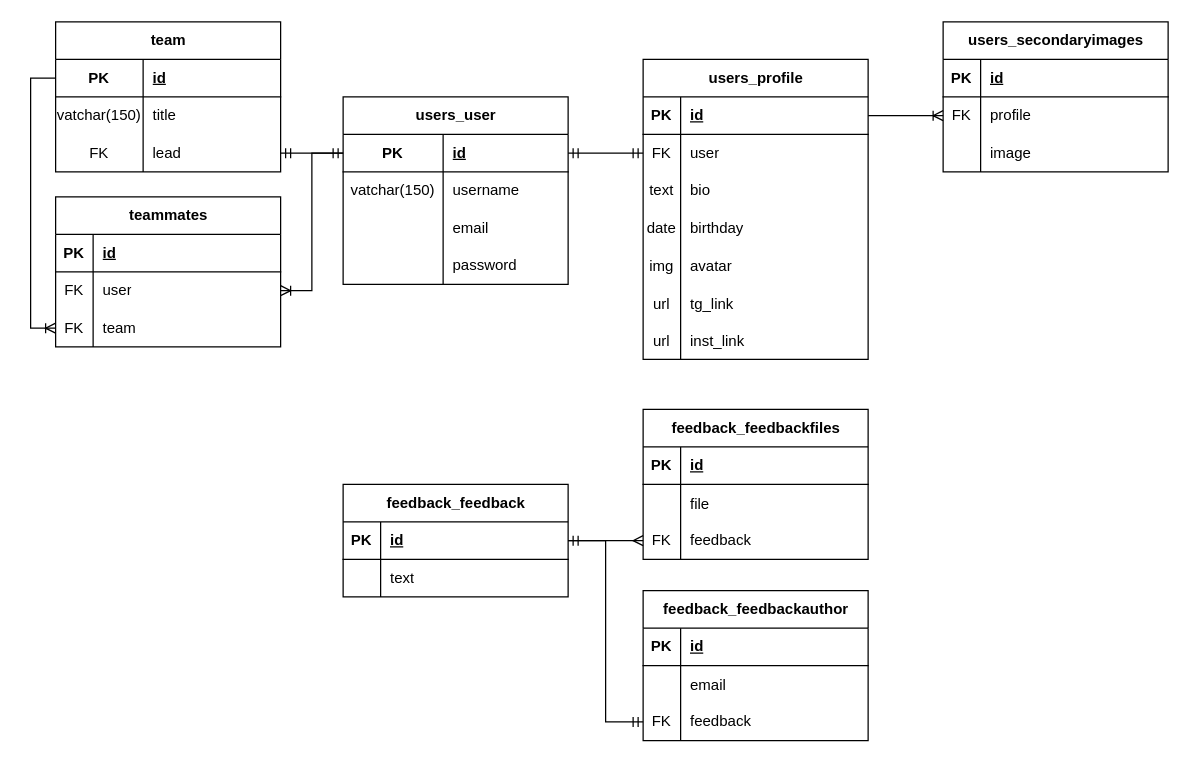
Before: ER.drawio in on3ginnn/draw.io, a draw.io diagram. Source tidied: cells renumbered, new cells numbered last; positions are measured from the earlier drawing's top-left corner, leaving out a move shared by most shapes. Both pictures are drawn from the tidied source at 125%, with x=0, y=0 at pixel (30, 21).
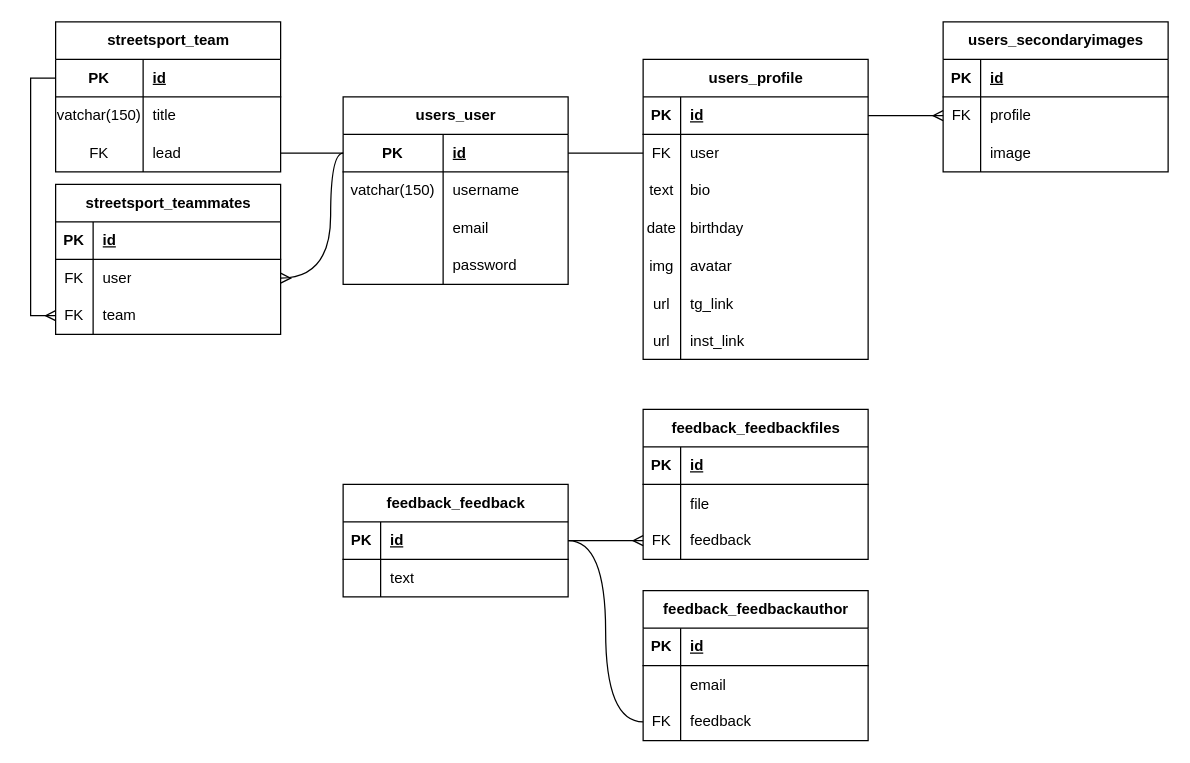
After the change.

The change refers to these unchanged cells:
```xml
<mxCell id="3" style="shape=tableRow;horizontal=0;startSize=0;swimlaneHead=0;swimlaneBody=0;fillColor=none;points=[[0,0.5],[1,0.5]];portConstraint=eastwest;top=0;left=0;right=0;bottom=1;" parent="2" vertex="1">
  <mxGeometry y="30" width="180" height="30" as="geometry" />
</mxCell>
<mxCell id="16" style="shape=tableRow;horizontal=0;startSize=0;swimlaneHead=0;swimlaneBody=0;fillColor=none;points=[[0,0.5],[1,0.5]];portConstraint=eastwest;top=0;left=0;right=0;bottom=1;" parent="15" vertex="1">
  <mxGeometry y="30" width="180" height="30" as="geometry" />
</mxCell>
<mxCell id="19" style="shape=tableRow;horizontal=0;startSize=0;swimlaneHead=0;swimlaneBody=0;fillColor=none;points=[[0,0.5],[1,0.5]];portConstraint=eastwest;top=0;left=0;right=0;bottom=0;" parent="15" vertex="1">
  <mxGeometry y="60" width="180" height="30" as="geometry" />
</mxCell>
<mxCell id="42" style="shape=tableRow;horizontal=0;startSize=0;swimlaneHead=0;swimlaneBody=0;fillColor=none;points=[[0,0.5],[1,0.5]];portConstraint=eastwest;top=0;left=0;right=0;bottom=0;" parent="38" vertex="1">
  <mxGeometry y="60" width="180" height="30" as="geometry" />
</mxCell>
<mxCell id="50" style="shape=tableRow;horizontal=0;startSize=0;swimlaneHead=0;swimlaneBody=0;fillColor=none;points=[[0,0.5],[1,0.5]];portConstraint=eastwest;top=0;left=0;right=0;bottom=1;" parent="49" vertex="1">
  <mxGeometry y="30" width="180" height="30" as="geometry" />
</mxCell>
<mxCell id="63" style="shape=tableRow;horizontal=0;startSize=0;swimlaneHead=0;swimlaneBody=0;fillColor=none;points=[[0,0.5],[1,0.5]];portConstraint=eastwest;top=0;left=0;right=0;bottom=0;" parent="56" vertex="1">
  <mxGeometry y="90" width="180" height="30" as="geometry" />
</mxCell>
<mxCell id="79" style="shape=tableRow;horizontal=0;startSize=0;swimlaneHead=0;swimlaneBody=0;fillColor=none;points=[[0,0.5],[1,0.5]];portConstraint=eastwest;top=0;left=0;right=0;bottom=1;" parent="78" vertex="1">
  <mxGeometry y="30" width="180" height="30" as="geometry" />
</mxCell>
<mxCell id="85" style="shape=tableRow;horizontal=0;startSize=0;swimlaneHead=0;swimlaneBody=0;fillColor=none;points=[[0,0.5],[1,0.5]];portConstraint=eastwest;top=0;left=0;right=0;bottom=0;" parent="78" vertex="1">
  <mxGeometry y="90" width="180" height="30" as="geometry" />
</mxCell>
<mxCell id="93" style="shape=tableRow;horizontal=0;startSize=0;swimlaneHead=0;swimlaneBody=0;fillColor=none;points=[[0,0.5],[1,0.5]];portConstraint=eastwest;top=0;left=0;right=0;bottom=0;" parent="89" vertex="1">
  <mxGeometry y="60" width="180" height="30" as="geometry" />
</mxCell>
<mxCell id="96" style="shape=tableRow;horizontal=0;startSize=0;swimlaneHead=0;swimlaneBody=0;fillColor=none;points=[[0,0.5],[1,0.5]];portConstraint=eastwest;top=0;left=0;right=0;bottom=0;" parent="89" vertex="1">
  <mxGeometry y="90" width="180" height="30" as="geometry" />
</mxCell>
```

What changed in the source:
```diff
@@
-    <mxCell id="37" style="edgeStyle=entityRelationEdgeStyle;fontSize=12;html=1;endArrow=ERmandOne;startArrow=ERmandOne;rounded=0;exitX=1;exitY=0.5;exitDx=0;exitDy=0;entryX=0;entryY=0.5;entryDx=0;entryDy=0;" parent="1" edge="1" source="3" target="19">
+    <mxCell id="37" style="edgeStyle=entityRelationEdgeStyle;fontSize=12;html=1;endArrow=none;startArrow=none;rounded=0;exitX=1;exitY=0.5;exitDx=0;exitDy=0;entryX=0;entryY=0.5;entryDx=0;entryDy=0;startFill=0;endFill=0;" parent="1" edge="1" source="3" target="19">
       <mxGeometry relative="1" as="geometry" />
     </mxCell>
@@
-    <mxCell id="48" style="edgeStyle=entityRelationEdgeStyle;fontSize=12;html=1;endArrow=ERoneToMany;rounded=0;exitX=1;exitY=0.5;exitDx=0;exitDy=0;entryX=0;entryY=0.5;entryDx=0;entryDy=0;" parent="1" edge="1" source="16" target="42">
+    <mxCell id="48" style="edgeStyle=entityRelationEdgeStyle;fontSize=12;html=1;endArrow=ERmany;rounded=0;exitX=1;exitY=0.5;exitDx=0;exitDy=0;entryX=0;entryY=0.5;entryDx=0;entryDy=0;endFill=0;" parent="1" edge="1" source="16" target="42">
       <mxGeometry relative="1" as="geometry" />
     </mxCell>
@@
-    <mxCell id="76" style="edgeStyle=entityRelationEdgeStyle;fontSize=12;html=1;endArrow=ERmandOne;startArrow=ERmandOne;rounded=0;exitX=1;exitY=0.5;exitDx=0;exitDy=0;entryX=0;entryY=0.5;entryDx=0;entryDy=0;" parent="1" edge="1" source="50" target="63">
+    <mxCell id="76" style="edgeStyle=orthogonalEdgeStyle;fontSize=12;html=1;endArrow=none;startArrow=none;rounded=0;exitX=1;exitY=0.5;exitDx=0;exitDy=0;entryX=0;entryY=0.5;entryDx=0;entryDy=0;startFill=0;endFill=0;curved=1;" parent="1" edge="1" source="50" target="63">
       <mxGeometry relative="1" as="geometry" />
     </mxCell>
@@
-    <mxCell id="78" value="team" style="shape=table;startSize=30;childLayout=tableLayout;rowLines=0;fontStyle=1;align=center;html=1;" parent="1" vertex="1">
+    <mxCell id="78" value="streetsport_team" style="shape=table;startSize=30;childLayout=tableLayout;rowLines=0;fontStyle=1;align=center;html=1;" parent="1" vertex="1">
       <mxGeometry x="20" width="180" height="120" as="geometry" />
     </mxCell>
@@
-    <mxCell id="88" style="edgeStyle=entityRelationEdgeStyle;fontSize=12;html=1;endArrow=ERmandOne;startArrow=ERmandOne;rounded=0;entryX=0;entryY=0.5;entryDx=0;entryDy=0;exitX=1;exitY=0.5;exitDx=0;exitDy=0;" parent="1" edge="1" source="85" target="3">
+    <mxCell id="88" style="edgeStyle=entityRelationEdgeStyle;fontSize=12;html=1;endArrow=none;startArrow=none;rounded=0;entryX=0;entryY=0.5;entryDx=0;entryDy=0;exitX=1;exitY=0.5;exitDx=0;exitDy=0;startFill=0;endFill=0;" parent="1" edge="1" source="85" target="3">
       <mxGeometry relative="1" as="geometry" />
     </mxCell>
-    <mxCell id="89" value="teammates" style="shape=table;startSize=30;childLayout=tableLayout;rowLines=0;fontStyle=1;align=center;html=1;" parent="1" vertex="1">
-      <mxGeometry x="20" y="140" width="180" height="120" as="geometry" />
+    <mxCell id="89" value="streetsport_teammates" style="shape=table;startSize=30;childLayout=tableLayout;rowLines=0;fontStyle=1;align=center;html=1;" parent="1" vertex="1">
+      <mxGeometry x="20" y="130" width="180" height="120" as="geometry" />
     </mxCell>
@@
-    <mxCell id="99" style="edgeStyle=elbowEdgeStyle;fontSize=12;html=1;endArrow=ERoneToMany;rounded=0;exitX=0;exitY=0.5;exitDx=0;exitDy=0;entryX=0;entryY=0.5;entryDx=0;entryDy=0;" parent="1" edge="1" source="79" target="96">
+    <mxCell id="99" style="edgeStyle=elbowEdgeStyle;fontSize=12;html=1;endArrow=ERmany;rounded=0;exitX=0;exitY=0.5;exitDx=0;exitDy=0;entryX=0;entryY=0.5;entryDx=0;entryDy=0;endFill=0;" parent="1" edge="1" source="79" target="96">
       <mxGeometry relative="1" as="geometry">
         <Array as="points">
           <mxPoint y="160" />
         </Array>
       </mxGeometry>
     </mxCell>
-    <mxCell id="100" style="edgeStyle=elbowEdgeStyle;fontSize=12;html=1;endArrow=ERoneToMany;rounded=0;entryX=1;entryY=0.5;entryDx=0;entryDy=0;exitX=0;exitY=0.5;exitDx=0;exitDy=0;" parent="1" edge="1" source="3" target="93">
-      <mxGeometry relative="1" as="geometry" />
+    <mxCell id="100" style="edgeStyle=orthogonalEdgeStyle;fontSize=12;html=1;endArrow=ERmany;rounded=0;entryX=1;entryY=0.5;entryDx=0;entryDy=0;exitX=0;exitY=0.5;exitDx=0;exitDy=0;curved=1;endFill=0;" parent="1" edge="1" source="3" target="93">
+      <mxGeometry relative="1" as="geometry">
+        <Array as="points">
+          <mxPoint x="240" y="105" />
+          <mxPoint x="240" y="205" />
+        </Array>
+      </mxGeometry>
     </mxCell>
```
